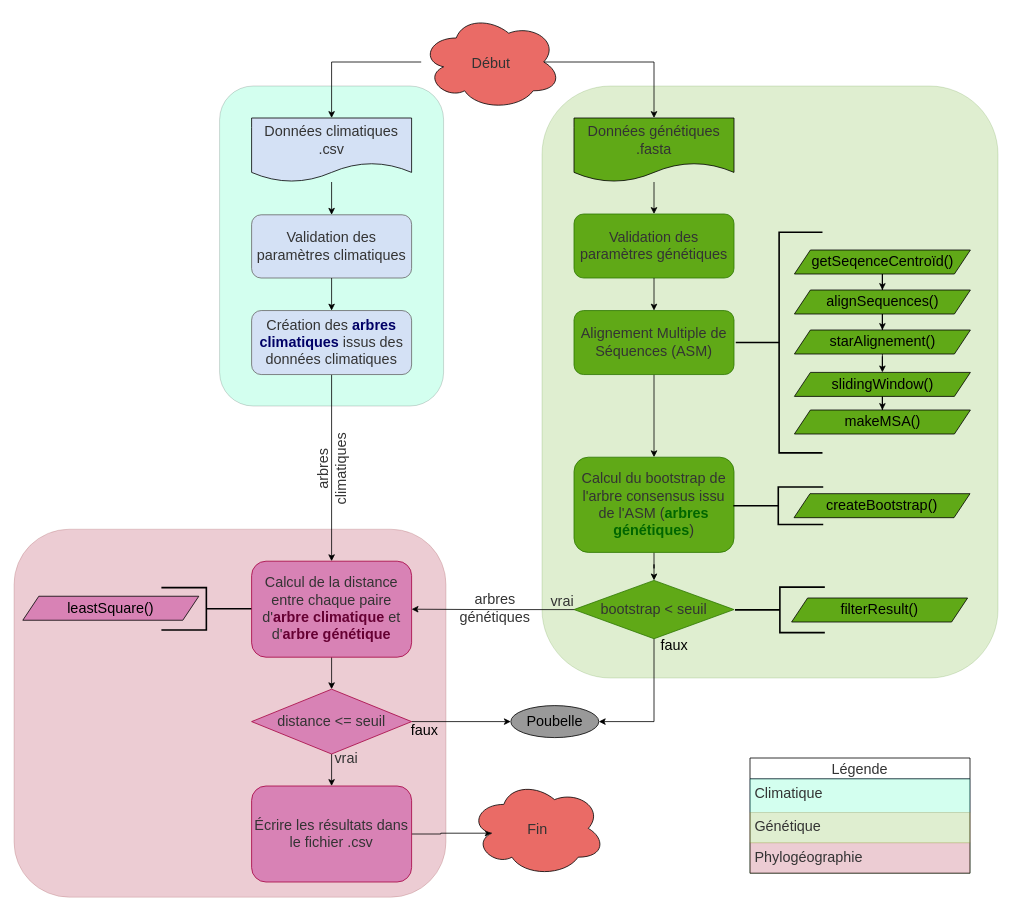
This is page "Page-6" (6 of 7) of img/figure.drawio from tahiri-lab/aPhyloGeo, a draw.io file, before an edit. Source tidied: cells renumbered, new cells numbered last; positions are measured from the earlier drawing's top-left corner, leaving out a move shared by most shapes. Both pictures are drawn from the tidied source at 80%, with x=0, y=0 at pixel (14, 14).
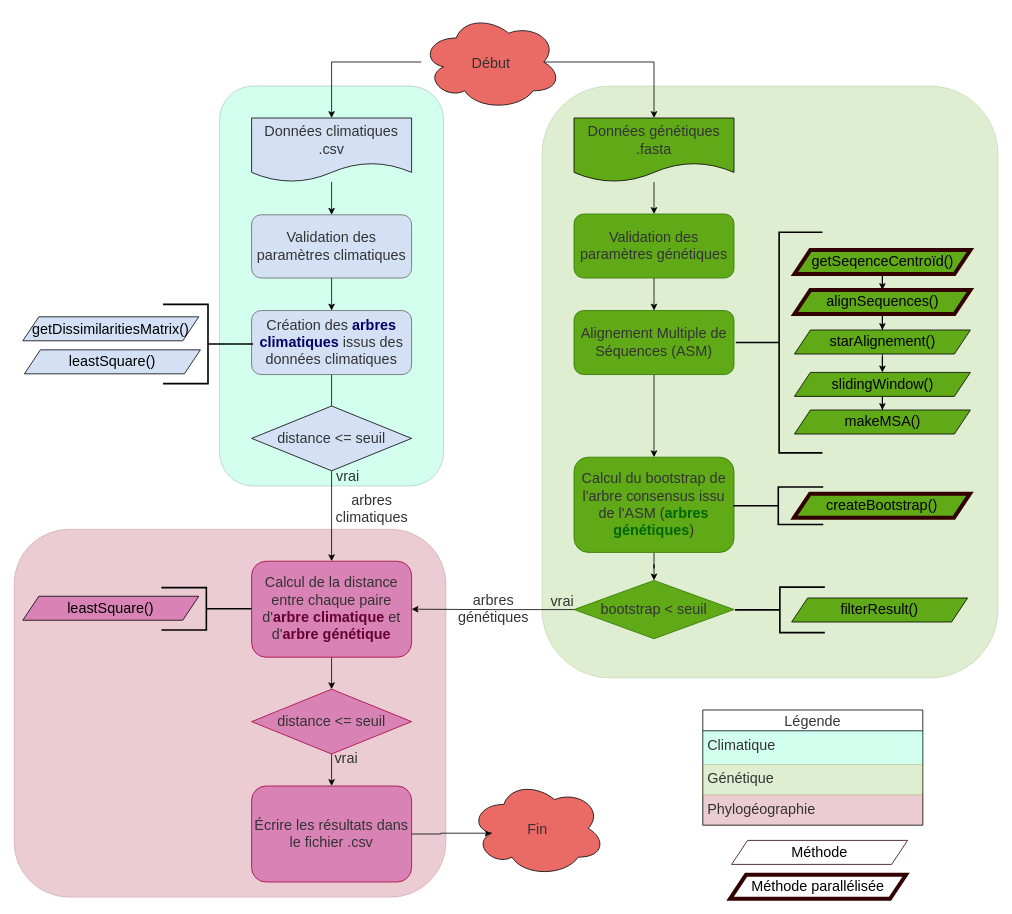
The same diagram, later.

The change refers to these unchanged cells:
```xml
<mxCell id="8" value="&lt;font style=&quot;font-size: 18px;&quot;&gt;Création des &lt;b&gt;&lt;font color=&quot;#000066&quot;&gt;arbres climatiques&lt;/font&gt;&lt;/b&gt; issus des données climatiques&lt;/font&gt;" style="rounded=1;whiteSpace=wrap;html=1;strokeColor=#666666;fontColor=#333333;fillColor=#D4E1F5;fontSize=18;" parent="1" vertex="1">
  <mxGeometry x="297" y="370.7" width="200" height="80" as="geometry" />
</mxCell>
<mxCell id="14" value="&lt;span style=&quot;font-size: 18px;&quot;&gt;Calcul de la distance entre chaque paire d'&lt;b&gt;&lt;font color=&quot;#660033&quot;&gt;arbre climatique&lt;/font&gt;&lt;/b&gt; et d'&lt;b&gt;&lt;font color=&quot;#660033&quot;&gt;arbre génétique&lt;/font&gt;&lt;/b&gt;&lt;/span&gt;" style="rounded=1;whiteSpace=wrap;html=1;strokeColor=#A50040;fontColor=#333333;fillColor=#D882B5;fontSize=18;" parent="1" vertex="1">
  <mxGeometry x="297" y="684" width="200" height="120" as="geometry" />
</mxCell>
<mxCell id="28" value="bootstrap &amp;lt; seuil" style="rhombus;whiteSpace=wrap;html=1;fontFamily=Helvetica;fontSize=18;fillColor=#60a917;strokeColor=#2D7600;fontColor=#333333;" parent="1" vertex="1">
  <mxGeometry x="700" y="708" width="200" height="72.9" as="geometry" />
</mxCell>
<mxCell id="33" value="&lt;span style=&quot;font-size: 18px;&quot;&gt;distance&amp;nbsp;&lt;/span&gt;&lt;span style=&quot;font-size: 18px;&quot;&gt;&amp;lt;= seuil&lt;/span&gt;" style="rhombus;whiteSpace=wrap;html=1;fontFamily=Helvetica;fontSize=18;strokeColor=#A50040;fontColor=#333333;fillColor=#D882B5;" parent="1" vertex="1">
  <mxGeometry x="297" y="844" width="200" height="81" as="geometry" />
</mxCell>
```

Change to the diagram source:
```diff
@@
     <mxCell id="3" style="rounded=1;whiteSpace=wrap;html=1;fontFamily=Helvetica;fontSize=18;fillColor=#26FFB0;opacity=20;fontColor=#333333;" parent="1" vertex="1">
-      <mxGeometry x="257" y="90" width="280" height="400" as="geometry" />
+      <mxGeometry x="257" y="90" width="280" height="500" as="geometry" />
     </mxCell>
@@
-    <mxCell id="7" style="edgeStyle=orthogonalEdgeStyle;rounded=0;jettySize=auto;html=1;exitX=0.5;exitY=1;exitDx=0;exitDy=0;fontSize=18;entryX=0.5;entryY=0;entryDx=0;entryDy=0;" parent="1" edge="1" source="8" target="14">
+    <mxCell id="7" style="edgeStyle=orthogonalEdgeStyle;rounded=0;jettySize=auto;html=1;exitX=0.5;exitY=1;exitDx=0;exitDy=0;fontSize=18;entryX=0.5;entryY=0;entryDx=0;entryDy=0;" parent="1" edge="1" source="8" target="67">
       <mxGeometry relative="1" as="geometry">
         <Array as="points">
-          <mxPoint x="397" y="570" />
-          <mxPoint x="397" y="570" />
+          <mxPoint x="397" y="510" />
         </Array>
       </mxGeometry>
     </mxCell>
@@
     <mxCell id="17" value="Légende" style="swimlane;fontStyle=0;horizontal=1;startSize=26;fontSize=18;fontColor=#333333;" parent="1" vertex="1">
-      <mxGeometry x="920" y="930" width="275" height="144" as="geometry" />
+      <mxGeometry x="861" y="870" width="275" height="144" as="geometry" />
     </mxCell>
@@
-    <mxCell id="26" style="edgeStyle=orthogonalEdgeStyle;rounded=0;jettySize=auto;html=1;entryX=1;entryY=0.5;entryDx=0;entryDy=0;fontSize=18;" parent="1" edge="1" source="28" target="48">
-      <mxGeometry relative="1" as="geometry" />
-    </mxCell>
@@
-    <mxCell id="32" style="edgeStyle=orthogonalEdgeStyle;rounded=0;jettySize=auto;html=1;entryX=0;entryY=0.5;entryDx=0;entryDy=0;fontSize=18;" parent="1" edge="1" source="33" target="48">
-      <mxGeometry relative="1" as="geometry" />
-    </mxCell>
@@
-    <mxCell id="38" value="&lt;font style=&quot;font-size: 18px;&quot;&gt;getSeqenceCentroïd()&lt;/font&gt;" style="shape=parallelogram;perimeter=parallelogramPerimeter;whiteSpace=wrap;html=1;fixedSize=1;fillColor=#60A917;" parent="1" vertex="1">
+    <mxCell id="38" value="&lt;font style=&quot;font-size: 18px;&quot;&gt;getSeqenceCentroïd()&lt;/font&gt;" style="shape=parallelogram;perimeter=parallelogramPerimeter;whiteSpace=wrap;html=1;fixedSize=1;fillColor=#60A917;strokeColor=#330000;strokeWidth=5;" parent="1" vertex="1">
       <mxGeometry x="975.5" y="295" width="220" height="30" as="geometry" />
     </mxCell>
@@
-    <mxCell id="40" value="&lt;font style=&quot;font-size: 18px;&quot;&gt;alignSequences()&lt;/font&gt;" style="shape=parallelogram;perimeter=parallelogramPerimeter;whiteSpace=wrap;html=1;fixedSize=1;fillColor=#60A917;" parent="1" vertex="1">
+    <mxCell id="40" value="&lt;font style=&quot;font-size: 18px;&quot;&gt;alignSequences()&lt;/font&gt;" style="shape=parallelogram;perimeter=parallelogramPerimeter;whiteSpace=wrap;html=1;fixedSize=1;fillColor=#60A917;strokeColor=#330000;strokeWidth=5;" parent="1" vertex="1">
       <mxGeometry x="975.5" y="345" width="220" height="30" as="geometry" />
     </mxCell>
@@
-    <mxCell id="48" value="Poubelle" style="ellipse;whiteSpace=wrap;html=1;fontSize=18;fillColor=#999999;" parent="1" vertex="1">
-      <mxGeometry x="621" y="864.5" width="110" height="40" as="geometry" />
-    </mxCell>
@@
-    <mxCell id="54" value="&lt;font style=&quot;font-size: 18px;&quot;&gt;createBootstrap()&lt;/font&gt;" style="shape=parallelogram;perimeter=parallelogramPerimeter;whiteSpace=wrap;html=1;fixedSize=1;fillColor=#60A917;" parent="1" vertex="1">
+    <mxCell id="54" value="&lt;font style=&quot;font-size: 18px;&quot;&gt;createBootstrap()&lt;/font&gt;" style="shape=parallelogram;perimeter=parallelogramPerimeter;whiteSpace=wrap;html=1;fixedSize=1;fillColor=#60A917;strokeColor=#330000;strokeWidth=5;" parent="1" vertex="1">
       <mxGeometry x="975" y="599.6" width="220" height="30" as="geometry" />
     </mxCell>
@@
     <mxCell id="56" value="arbres&lt;br&gt;génétiques" style="edgeLabel;html=1;align=center;verticalAlign=middle;fontSize=18;labelBackgroundColor=none;rotation=0;fontColor=#333333;" parent="1" vertex="1">
-      <mxGeometry x="600" y="742" as="geometry" />
+      <mxGeometry x="598" y="743" as="geometry" />
     </mxCell>
-    <mxCell id="57" value="arbres&lt;br&gt;climatiques" style="edgeLabel;html=1;align=center;verticalAlign=middle;fontSize=18;labelBackgroundColor=none;rotation=-90;fontColor=#333333;" parent="1" vertex="1">
-      <mxGeometry x="397" y="570" as="geometry" />
+    <mxCell id="57" value="arbres&lt;br&gt;climatiques" style="edgeLabel;html=1;align=center;verticalAlign=middle;fontSize=18;labelBackgroundColor=none;rotation=0;fontColor=#333333;" parent="1" vertex="1">
+      <mxGeometry x="446" y="618" as="geometry" />
     </mxCell>
-    <mxCell id="58" value="faux" style="text;html=1;align=center;verticalAlign=middle;strokeColor=none;fillColor=none;fontSize=18;" parent="1" vertex="1">
-      <mxGeometry x="795" y="769" width="60" height="40" as="geometry" />
-    </mxCell>
-    <mxCell id="59" value="faux" style="text;html=1;align=center;verticalAlign=middle;strokeColor=none;fillColor=none;fontSize=18;" parent="1" vertex="1">
-      <mxGeometry x="483" y="876" width="60" height="40" as="geometry" />
-    </mxCell>
@@
+    <mxCell id="61" value="&lt;font style=&quot;font-size: 18px;&quot;&gt;Méthode parallélisée&lt;/font&gt;" style="shape=parallelogram;perimeter=parallelogramPerimeter;whiteSpace=wrap;html=1;fixedSize=1;fillColor=#FFFFFF;strokeColor=#330000;strokeWidth=5;" parent="1" vertex="1">
+      <mxGeometry x="895" y="1076" width="220" height="30" as="geometry" />
+    </mxCell>
+    <mxCell id="62" value="&lt;font style=&quot;font-size: 18px;&quot;&gt;Méthode&lt;/font&gt;" style="shape=parallelogram;perimeter=parallelogramPerimeter;whiteSpace=wrap;html=1;fixedSize=1;fillColor=#FFFFFF;strokeColor=#330000;strokeWidth=1;" parent="1" vertex="1">
+      <mxGeometry x="897" y="1033" width="220" height="30" as="geometry" />
+    </mxCell>
+    <mxCell id="63" style="strokeWidth=2;html=1;shape=mxgraph.flowchart.annotation_2;align=left;labelPosition=right;rotation=90;direction=south;fontSize=18;fontColor=#333333;" parent="1" vertex="1">
+      <mxGeometry x="193" y="356.3" width="99" height="112.4" as="geometry" />
+    </mxCell>
+    <mxCell id="64" value="&lt;font style=&quot;font-size: 18px;&quot;&gt;leastSquare()&lt;/font&gt;" style="shape=parallelogram;perimeter=parallelogramPerimeter;whiteSpace=wrap;html=1;fixedSize=1;fillColor=#D4E1F5;" parent="1" vertex="1">
+      <mxGeometry x="13" y="419.8" width="220" height="30" as="geometry" />
+    </mxCell>
+    <mxCell id="65" value="&lt;font style=&quot;font-size: 18px;&quot;&gt;getDissimilaritiesMatrix()&lt;/font&gt;" style="shape=parallelogram;perimeter=parallelogramPerimeter;whiteSpace=wrap;html=1;fixedSize=1;fillColor=#D4E1F5;" parent="1" vertex="1">
+      <mxGeometry x="11" y="378.5" width="220" height="30" as="geometry" />
+    </mxCell>
+    <mxCell id="66" style="edgeStyle=orthogonalEdgeStyle;rounded=0;jettySize=auto;html=1;entryX=0.5;entryY=0;entryDx=0;entryDy=0;fontSize=18;" parent="1" edge="1" source="67" target="14">
+      <mxGeometry relative="1" as="geometry" />
+    </mxCell>
+    <mxCell id="67" value="&lt;span style=&quot;font-size: 18px;&quot;&gt;distance&amp;nbsp;&lt;/span&gt;&lt;span style=&quot;font-size: 18px;&quot;&gt;&amp;lt;= seuil&lt;/span&gt;" style="rhombus;whiteSpace=wrap;html=1;fontFamily=Helvetica;fontSize=18;strokeColor=#000000;fontColor=#333333;fillColor=#D4E1F5;" parent="1" vertex="1">
+      <mxGeometry x="297" y="490" width="200" height="81" as="geometry" />
+    </mxCell>
+    <mxCell id="68" value="vrai" style="edgeLabel;html=1;align=center;verticalAlign=middle;fontSize=18;labelBackgroundColor=none;rotation=0;fontColor=#333333;" parent="1" vertex="1">
+      <mxGeometry x="416" y="577" as="geometry" />
+    </mxCell>
```
